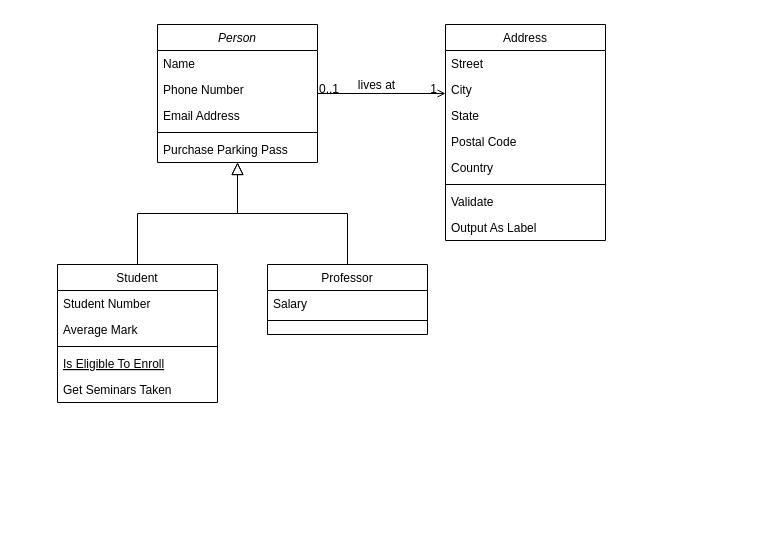
Above: Diagrama sem nome.drawio in eduardagnz/semana2 (draw.io), before the change. Source tidied: cells renumbered, new cells numbered last; positions are measured from the earlier drawing's top-left corner, leaving out a move shared by most shapes. Both pictures are drawn from the tidied source at 100%, with x=0, y=0 at pixel (57, 24).
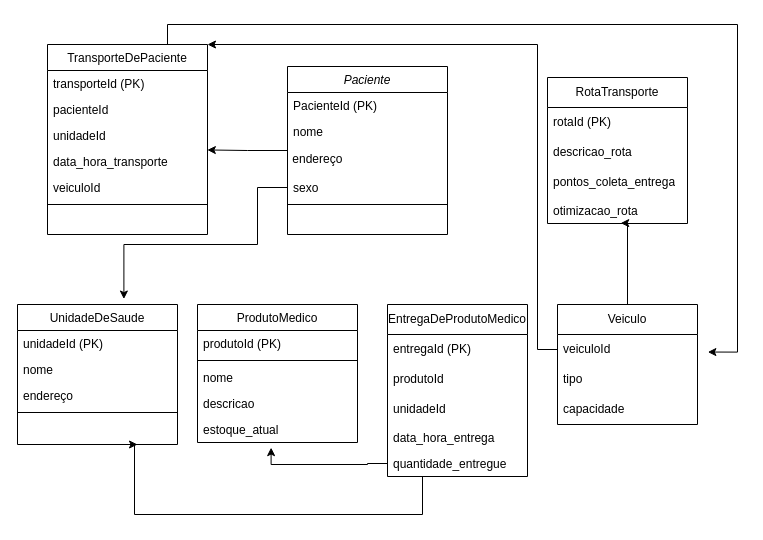
The same page after the edit.

Change to the diagram source:
```diff
@@
-    <mxCell id="2" value="Person" style="swimlane;fontStyle=2;align=center;verticalAlign=top;horizontal=1;startSize=26;rounded=0;shadow=0;strokeWidth=1;" parent="1" vertex="1">
-      <mxGeometry x="100" width="160" height="138" as="geometry" />
-    </mxCell>
-    <mxCell id="3" value="Name" style="text;align=left;verticalAlign=top;spacingLeft=4;spacingRight=4;overflow=hidden;" parent="2" vertex="1">
-      <mxGeometry y="26" width="160" height="26" as="geometry" />
-    </mxCell>
-    <mxCell id="4" value="Phone Number" style="text;align=left;verticalAlign=top;spacingLeft=4;spacingRight=4;overflow=hidden;rounded=0;shadow=0;html=0;" parent="2" vertex="1">
-      <mxGeometry y="52" width="160" height="26" as="geometry" />
-    </mxCell>
-    <mxCell id="5" value="Email Address" style="text;align=left;verticalAlign=top;spacingLeft=4;spacingRight=4;overflow=hidden;points=[[0,0.5],[1,0.5]];portConstraint=eastwest;rounded=0;shadow=0;html=0;" parent="2" vertex="1">
-      <mxGeometry y="78" width="160" height="26" as="geometry" />
-    </mxCell>
-    <mxCell id="6" style="line;html=1;strokeWidth=1;align=left;verticalAlign=middle;spacingTop=-1;spacingLeft=3;spacingRight=3;labelPosition=right;" parent="2" vertex="1">
-      <mxGeometry y="104" width="160" height="8" as="geometry" />
-    </mxCell>
-    <mxCell id="7" value="Purchase Parking Pass" style="text;align=left;verticalAlign=top;spacingLeft=4;spacingRight=4;overflow=hidden;" parent="2" vertex="1">
-      <mxGeometry y="112" width="160" height="26" as="geometry" />
-    </mxCell>
-    <mxCell id="8" value="Student" style="swimlane;fontStyle=0;align=center;verticalAlign=top;horizontal=1;startSize=26;rounded=0;shadow=0;strokeWidth=1;" parent="1" vertex="1">
-      <mxGeometry y="240" width="160" height="138" as="geometry" />
+    <mxCell id="8" value="UnidadeDeSaude" style="swimlane;fontStyle=0;align=center;verticalAlign=top;horizontal=1;startSize=26;rounded=0;shadow=0;strokeWidth=1;" parent="1" vertex="1">
+      <mxGeometry x="-40" y="280" width="160" height="140" as="geometry" />
     </mxCell>
-    <mxCell id="9" value="Student Number" style="text;align=left;verticalAlign=top;spacingLeft=4;spacingRight=4;overflow=hidden;" parent="8" vertex="1">
+    <mxCell id="9" value="unidadeId (PK)" style="text;align=left;verticalAlign=top;spacingLeft=4;spacingRight=4;overflow=hidden;" parent="8" vertex="1">
       <mxGeometry y="26" width="160" height="26" as="geometry" />
     </mxCell>
-    <mxCell id="10" value="Average Mark" style="text;align=left;verticalAlign=top;spacingLeft=4;spacingRight=4;overflow=hidden;rounded=0;shadow=0;html=0;" parent="8" vertex="1">
+    <mxCell id="10" value="nome" style="text;align=left;verticalAlign=top;spacingLeft=4;spacingRight=4;overflow=hidden;rounded=0;shadow=0;html=0;" parent="8" vertex="1">
       <mxGeometry y="52" width="160" height="26" as="geometry" />
     </mxCell>
+    <mxCell id="32" value="endereço" style="text;align=left;verticalAlign=top;spacingLeft=4;spacingRight=4;overflow=hidden;" parent="8" vertex="1">
+      <mxGeometry y="78" width="160" height="26" as="geometry" />
+    </mxCell>
     <mxCell id="11" style="line;html=1;strokeWidth=1;align=left;verticalAlign=middle;spacingTop=-1;spacingLeft=3;spacingRight=3;labelPosition=right;" parent="8" vertex="1">
-      <mxGeometry y="78" width="160" height="8" as="geometry" />
+      <mxGeometry y="104" width="160" height="8" as="geometry" />
     </mxCell>
-    <mxCell id="12" value="Is Eligible To Enroll" style="text;align=left;verticalAlign=top;spacingLeft=4;spacingRight=4;overflow=hidden;fontStyle=4;" parent="8" vertex="1">
-      <mxGeometry y="86" width="160" height="26" as="geometry" />
-    </mxCell>
-    <mxCell id="13" value="Get Seminars Taken" style="text;align=left;verticalAlign=top;spacingLeft=4;spacingRight=4;overflow=hidden;" parent="8" vertex="1">
-      <mxGeometry y="112" width="160" height="26" as="geometry" />
-    </mxCell>
-    <mxCell id="14" style="endArrow=block;endSize=10;endFill=0;shadow=0;strokeWidth=1;rounded=0;edgeStyle=elbowEdgeStyle;elbow=vertical;" parent="1" edge="1" source="8" target="2">
-      <mxGeometry relative="1" as="geometry" />
-    </mxCell>
-    <mxCell id="15" value="Professor" style="swimlane;fontStyle=0;align=center;verticalAlign=top;horizontal=1;startSize=26;rounded=0;shadow=0;strokeWidth=1;" parent="1" vertex="1">
-      <mxGeometry x="210" y="240" width="160" height="70" as="geometry" />
+    <mxCell id="15" value="ProdutoMedico" style="swimlane;fontStyle=0;align=center;verticalAlign=top;horizontal=1;startSize=26;rounded=0;shadow=0;strokeWidth=1;" parent="1" vertex="1">
+      <mxGeometry x="140" y="280" width="160" height="138" as="geometry" />
     </mxCell>
-    <mxCell id="16" value="Salary" style="text;align=left;verticalAlign=top;spacingLeft=4;spacingRight=4;overflow=hidden;" parent="15" vertex="1">
+    <mxCell id="16" value="produtoId (PK)" style="text;align=left;verticalAlign=top;spacingLeft=4;spacingRight=4;overflow=hidden;" parent="15" vertex="1">
       <mxGeometry y="26" width="160" height="26" as="geometry" />
     </mxCell>
@@
-    <mxCell id="18" style="endArrow=block;endSize=10;endFill=0;shadow=0;strokeWidth=1;rounded=0;edgeStyle=elbowEdgeStyle;elbow=vertical;" parent="1" edge="1" source="15" target="2">
-      <mxGeometry relative="1" as="geometry" />
-    </mxCell>
+    <mxCell id="33" value="nome" style="text;align=left;verticalAlign=top;spacingLeft=4;spacingRight=4;overflow=hidden;" parent="15" vertex="1">
+      <mxGeometry y="60" width="160" height="26" as="geometry" />
+    </mxCell>
+    <mxCell id="34" value="descricao" style="text;align=left;verticalAlign=top;spacingLeft=4;spacingRight=4;overflow=hidden;" parent="15" vertex="1">
+      <mxGeometry y="86" width="160" height="26" as="geometry" />
+    </mxCell>
+    <mxCell id="35" value="estoque_atual" style="text;align=left;verticalAlign=top;spacingLeft=4;spacingRight=4;overflow=hidden;points=[[0,0.5],[1,0.5]];portConstraint=eastwest;" parent="15" vertex="1">
+      <mxGeometry y="112" width="160" height="26" as="geometry" />
+    </mxCell>
-    <mxCell id="19" value="Address" style="swimlane;fontStyle=0;align=center;verticalAlign=top;horizontal=1;startSize=26;rounded=0;shadow=0;strokeWidth=1;" parent="1" vertex="1">
-      <mxGeometry x="388" width="160" height="216" as="geometry" />
+    <mxCell id="19" value="TransporteDePaciente" style="swimlane;fontStyle=0;align=center;verticalAlign=top;horizontal=1;startSize=26;rounded=0;shadow=0;strokeWidth=1;" parent="1" vertex="1">
+      <mxGeometry x="-10" y="20" width="160" height="190" as="geometry" />
     </mxCell>
-    <mxCell id="20" value="Street" style="text;align=left;verticalAlign=top;spacingLeft=4;spacingRight=4;overflow=hidden;" parent="19" vertex="1">
+    <mxCell id="20" value="transporteId (PK)" style="text;align=left;verticalAlign=top;spacingLeft=4;spacingRight=4;overflow=hidden;" parent="19" vertex="1">
       <mxGeometry y="26" width="160" height="26" as="geometry" />
     </mxCell>
-    <mxCell id="21" value="City" style="text;align=left;verticalAlign=top;spacingLeft=4;spacingRight=4;overflow=hidden;rounded=0;shadow=0;html=0;" parent="19" vertex="1">
+    <mxCell id="21" value="pacienteId " style="text;align=left;verticalAlign=top;spacingLeft=4;spacingRight=4;overflow=hidden;rounded=0;shadow=0;html=0;" parent="19" vertex="1">
       <mxGeometry y="52" width="160" height="26" as="geometry" />
     </mxCell>
-    <mxCell id="22" value="State" style="text;align=left;verticalAlign=top;spacingLeft=4;spacingRight=4;overflow=hidden;rounded=0;shadow=0;html=0;" parent="19" vertex="1">
+    <mxCell id="22" value="unidadeId " style="text;align=left;verticalAlign=top;spacingLeft=4;spacingRight=4;overflow=hidden;rounded=0;shadow=0;html=0;" parent="19" vertex="1">
       <mxGeometry y="78" width="160" height="26" as="geometry" />
     </mxCell>
-    <mxCell id="23" value="Postal Code" style="text;align=left;verticalAlign=top;spacingLeft=4;spacingRight=4;overflow=hidden;points=[[0,0.5],[1,0.5]];portConstraint=eastwest;rounded=0;shadow=0;html=0;" parent="19" vertex="1">
+    <mxCell id="23" value="data_hora_transporte" style="text;align=left;verticalAlign=top;spacingLeft=4;spacingRight=4;overflow=hidden;points=[[0,0.5],[1,0.5]];portConstraint=eastwest;rounded=0;shadow=0;html=0;" parent="19" vertex="1">
       <mxGeometry y="104" width="160" height="26" as="geometry" />
     </mxCell>
-    <mxCell id="24" value="Country" style="text;align=left;verticalAlign=top;spacingLeft=4;spacingRight=4;overflow=hidden;rounded=0;shadow=0;html=0;" parent="19" vertex="1">
+    <mxCell id="24" value="veiculoId" style="text;align=left;verticalAlign=top;spacingLeft=4;spacingRight=4;overflow=hidden;rounded=0;shadow=0;html=0;" parent="19" vertex="1">
       <mxGeometry y="130" width="160" height="26" as="geometry" />
     </mxCell>
@@
-    <mxCell id="26" value="Validate" style="text;align=left;verticalAlign=top;spacingLeft=4;spacingRight=4;overflow=hidden;" parent="19" vertex="1">
-      <mxGeometry y="164" width="160" height="26" as="geometry" />
-    </mxCell>
+    <mxCell id="2" value="Paciente" style="swimlane;fontStyle=2;align=center;verticalAlign=top;horizontal=1;startSize=26;rounded=0;shadow=0;strokeWidth=1;" parent="1" vertex="1">
+      <mxGeometry x="230" y="42" width="160" height="168" as="geometry" />
+    </mxCell>
+    <mxCell id="3" value="PacienteId (PK)" style="text;align=left;verticalAlign=top;spacingLeft=4;spacingRight=4;overflow=hidden;" parent="2" vertex="1">
+      <mxGeometry y="26" width="160" height="26" as="geometry" />
+    </mxCell>
+    <mxCell id="4" value="nome&#10;" style="text;align=left;verticalAlign=top;spacingLeft=4;spacingRight=4;overflow=hidden;rounded=0;shadow=0;html=0;" parent="2" vertex="1">
+      <mxGeometry y="52" width="160" height="26" as="geometry" />
+    </mxCell>
+    <mxCell id="36" value="&amp;nbsp;endereço" style="text;html=1;align=left;verticalAlign=middle;strokeColor=none;fillColor=none;" parent="2" vertex="1">
+      <mxGeometry y="78" width="160" height="30" as="geometry" />
+    </mxCell>
+    <mxCell id="5" value="sexo" style="text;align=left;verticalAlign=top;spacingLeft=4;spacingRight=4;overflow=hidden;points=[[0,0.5],[1,0.5]];portConstraint=eastwest;rounded=0;shadow=0;html=0;" parent="2" vertex="1">
+      <mxGeometry y="108" width="160" height="26" as="geometry" />
+    </mxCell>
+    <mxCell id="6" style="line;html=1;strokeWidth=1;align=left;verticalAlign=middle;spacingTop=-1;spacingLeft=3;spacingRight=3;labelPosition=right;" parent="2" vertex="1">
+      <mxGeometry y="134" width="160" height="8" as="geometry" />
+    </mxCell>
+    <mxCell id="37" value="Veiculo" style="swimlane;fontStyle=0;horizontal=1;startSize=30;whiteSpace=wrap;html=1;" parent="1" vertex="1">
+      <mxGeometry x="500" y="280" width="140" height="120" as="geometry" />
+    </mxCell>
+    <mxCell id="38" value="veiculoId" style="text;strokeColor=none;fillColor=none;align=left;verticalAlign=middle;spacingLeft=4;spacingRight=4;overflow=hidden;points=[[0,0.5],[1,0.5]];portConstraint=eastwest;whiteSpace=wrap;html=1;" parent="37" vertex="1">
+      <mxGeometry y="30" width="140" height="30" as="geometry" />
+    </mxCell>
+    <mxCell id="39" value="tipo" style="text;strokeColor=none;fillColor=none;align=left;verticalAlign=middle;spacingLeft=4;spacingRight=4;overflow=hidden;points=[[0,0.5],[1,0.5]];portConstraint=eastwest;whiteSpace=wrap;html=1;" parent="37" vertex="1">
+      <mxGeometry y="60" width="140" height="30" as="geometry" />
+    </mxCell>
+    <mxCell id="40" value="capacidade" style="text;strokeColor=none;fillColor=none;align=left;verticalAlign=middle;spacingLeft=4;spacingRight=4;overflow=hidden;whiteSpace=wrap;html=1;" parent="37" vertex="1">
+      <mxGeometry y="90" width="140" height="30" as="geometry" />
+    </mxCell>
+    <mxCell id="41" value="EntregaDeProdutoMedico" style="swimlane;fontStyle=0;horizontal=1;startSize=30;whiteSpace=wrap;html=1;" parent="1" vertex="1">
+      <mxGeometry x="330" y="280" width="140" height="172" as="geometry" />
+    </mxCell>
+    <mxCell id="42" value="entregaId (PK)" style="text;strokeColor=none;fillColor=none;align=left;verticalAlign=middle;spacingLeft=4;spacingRight=4;overflow=hidden;whiteSpace=wrap;html=1;" parent="41" vertex="1">
+      <mxGeometry y="30" width="140" height="30" as="geometry" />
+    </mxCell>
+    <mxCell id="43" value="produtoId" style="text;strokeColor=none;fillColor=none;align=left;verticalAlign=middle;spacingLeft=4;spacingRight=4;overflow=hidden;whiteSpace=wrap;html=1;" parent="41" vertex="1">
+      <mxGeometry y="60" width="140" height="30" as="geometry" />
+    </mxCell>
+    <mxCell id="44" value="unidadeId" style="text;strokeColor=none;fillColor=none;align=left;verticalAlign=middle;spacingLeft=4;spacingRight=4;overflow=hidden;whiteSpace=wrap;html=1;" parent="41" vertex="1">
+      <mxGeometry y="90" width="140" height="30" as="geometry" />
+    </mxCell>
-    <mxCell id="27" value="Output As Label" style="text;align=left;verticalAlign=top;spacingLeft=4;spacingRight=4;overflow=hidden;" parent="19" vertex="1">
-      <mxGeometry y="190" width="160" height="26" as="geometry" />
+    <mxCell id="27" value="data_hora_entrega" style="text;align=left;verticalAlign=top;spacingLeft=4;spacingRight=4;overflow=hidden;" parent="41" vertex="1">
+      <mxGeometry y="120" width="140" height="26" as="geometry" />
     </mxCell>
-    <mxCell id="28" style="endArrow=open;shadow=0;strokeWidth=1;rounded=0;endFill=1;edgeStyle=elbowEdgeStyle;elbow=vertical;" parent="1" edge="1" source="2" target="19">
-      <mxGeometry x="0.5" y="41" relative="1" as="geometry">
-        <mxPoint x="-40" y="32" as="offset" />
-      </mxGeometry>
-    </mxCell>
-    <mxCell id="29" value="0..1" style="align=left;verticalAlign=bottom;labelBackgroundColor=none;fontSize=12;" parent="28" vertex="1">
-      <mxGeometry x="-1" relative="1" as="geometry">
-        <mxPoint y="4" as="offset" />
-      </mxGeometry>
-    </mxCell>
-    <mxCell id="30" value="1" style="align=right;verticalAlign=bottom;labelBackgroundColor=none;fontSize=12;" parent="28" vertex="1">
-      <mxGeometry x="1" relative="1" as="geometry">
-        <mxPoint x="-7" y="4" as="offset" />
-      </mxGeometry>
-    </mxCell>
-    <mxCell id="31" value="lives at" style="text;html=1;align=center;verticalAlign=middle;labelBackgroundColor=none;rounded=0;shadow=0;strokeWidth=1;fontSize=12;" parent="28" vertex="1">
-      <mxGeometry x="0.5" y="49" relative="1" as="geometry">
-        <mxPoint x="-38" y="40" as="offset" />
-      </mxGeometry>
-    </mxCell>
+    <mxCell id="45" value="quantidade_entregue" style="text;align=left;verticalAlign=top;spacingLeft=4;spacingRight=4;overflow=hidden;points=[[0,0.5],[1,0.5]];portConstraint=eastwest;" parent="41" vertex="1">
+      <mxGeometry y="146" width="140" height="26" as="geometry" />
+    </mxCell>
+    <mxCell id="46" value="RotaTransporte" style="swimlane;fontStyle=0;horizontal=1;startSize=30;whiteSpace=wrap;html=1;" parent="1" vertex="1">
+      <mxGeometry x="490" y="53" width="140" height="146" as="geometry" />
+    </mxCell>
+    <mxCell id="47" value="rotaId (PK)" style="text;strokeColor=none;fillColor=none;align=left;verticalAlign=middle;spacingLeft=4;spacingRight=4;overflow=hidden;whiteSpace=wrap;html=1;" parent="46" vertex="1">
+      <mxGeometry y="30" width="140" height="30" as="geometry" />
+    </mxCell>
+    <mxCell id="48" value="descricao_rota" style="text;strokeColor=none;fillColor=none;align=left;verticalAlign=middle;spacingLeft=4;spacingRight=4;overflow=hidden;whiteSpace=wrap;html=1;" parent="46" vertex="1">
+      <mxGeometry y="60" width="140" height="30" as="geometry" />
+    </mxCell>
+    <mxCell id="49" value="pontos_coleta_entrega" style="text;strokeColor=none;fillColor=none;align=left;verticalAlign=middle;spacingLeft=4;spacingRight=4;overflow=hidden;whiteSpace=wrap;html=1;" parent="46" vertex="1">
+      <mxGeometry y="90" width="140" height="30" as="geometry" />
+    </mxCell>
+    <mxCell id="50" value="otimizacao_rota" style="text;align=left;verticalAlign=top;spacingLeft=4;spacingRight=4;overflow=hidden;points=[[0,0.5],[1,0.5]];portConstraint=eastwest;" parent="46" vertex="1">
+      <mxGeometry y="120" width="140" height="26" as="geometry" />
+    </mxCell>
+    <mxCell id="51" style="edgeStyle=orthogonalEdgeStyle;rounded=0;jettySize=auto;html=1;exitX=0.25;exitY=1;exitDx=0;exitDy=0;entryX=0.75;entryY=1;entryDx=0;entryDy=0;" parent="1" edge="1" source="41" target="8">
+      <mxGeometry relative="1" as="geometry">
+        <Array as="points">
+          <mxPoint x="365" y="490" />
+          <mxPoint x="77" y="490" />
+          <mxPoint x="77" y="420" />
+        </Array>
+      </mxGeometry>
+    </mxCell>
+    <mxCell id="52" style="edgeStyle=orthogonalEdgeStyle;rounded=0;jettySize=auto;html=1;exitX=0;exitY=0.5;exitDx=0;exitDy=0;entryX=0.46;entryY=1.197;entryDx=0;entryDy=0;entryPerimeter=0;" parent="1" edge="1" source="45" target="35">
+      <mxGeometry relative="1" as="geometry">
+        <Array as="points">
+          <mxPoint x="310" y="439" />
+          <mxPoint x="214" y="440" />
+        </Array>
+      </mxGeometry>
+    </mxCell>
+    <mxCell id="53" style="edgeStyle=orthogonalEdgeStyle;rounded=0;jettySize=auto;html=1;exitX=0.75;exitY=0;exitDx=0;exitDy=0;entryX=1.074;entryY=-0.415;entryDx=0;entryDy=0;entryPerimeter=0;" parent="1" edge="1" source="19" target="39">
+      <mxGeometry relative="1" as="geometry">
+        <Array as="points">
+          <mxPoint x="110" />
+          <mxPoint x="680" />
+          <mxPoint x="680" y="328" />
+        </Array>
+      </mxGeometry>
+    </mxCell>
+    <mxCell id="54" style="edgeStyle=orthogonalEdgeStyle;rounded=0;jettySize=auto;html=1;exitX=0;exitY=0.5;exitDx=0;exitDy=0;entryX=0.999;entryY=0.056;entryDx=0;entryDy=0;entryPerimeter=0;" parent="1" edge="1" source="2" target="23">
+      <mxGeometry relative="1" as="geometry" />
+    </mxCell>
+    <mxCell id="55" style="edgeStyle=orthogonalEdgeStyle;rounded=0;jettySize=auto;html=1;exitX=0.5;exitY=0;exitDx=0;exitDy=0;entryX=0.523;entryY=0.985;entryDx=0;entryDy=0;entryPerimeter=0;" parent="1" edge="1" source="37" target="50">
+      <mxGeometry relative="1" as="geometry">
+        <Array as="points">
+          <mxPoint x="570" y="199" />
+        </Array>
+      </mxGeometry>
+    </mxCell>
+    <mxCell id="56" style="edgeStyle=orthogonalEdgeStyle;rounded=0;jettySize=auto;html=1;exitX=0;exitY=0.5;exitDx=0;exitDy=0;entryX=0.665;entryY=-0.039;entryDx=0;entryDy=0;entryPerimeter=0;" parent="1" edge="1" source="5" target="8">
+      <mxGeometry relative="1" as="geometry">
+        <Array as="points">
+          <mxPoint x="200" y="163" />
+          <mxPoint x="200" y="220" />
+          <mxPoint x="66" y="220" />
+        </Array>
+      </mxGeometry>
+    </mxCell>
+    <mxCell id="57" style="edgeStyle=orthogonalEdgeStyle;rounded=0;jettySize=auto;html=1;exitX=0;exitY=0.5;exitDx=0;exitDy=0;entryX=1;entryY=0;entryDx=0;entryDy=0;" parent="1" edge="1" source="38" target="19">
+      <mxGeometry relative="1" as="geometry">
+        <Array as="points">
+          <mxPoint x="480" y="325" />
+          <mxPoint x="480" y="20" />
+        </Array>
+      </mxGeometry>
+    </mxCell>
```
